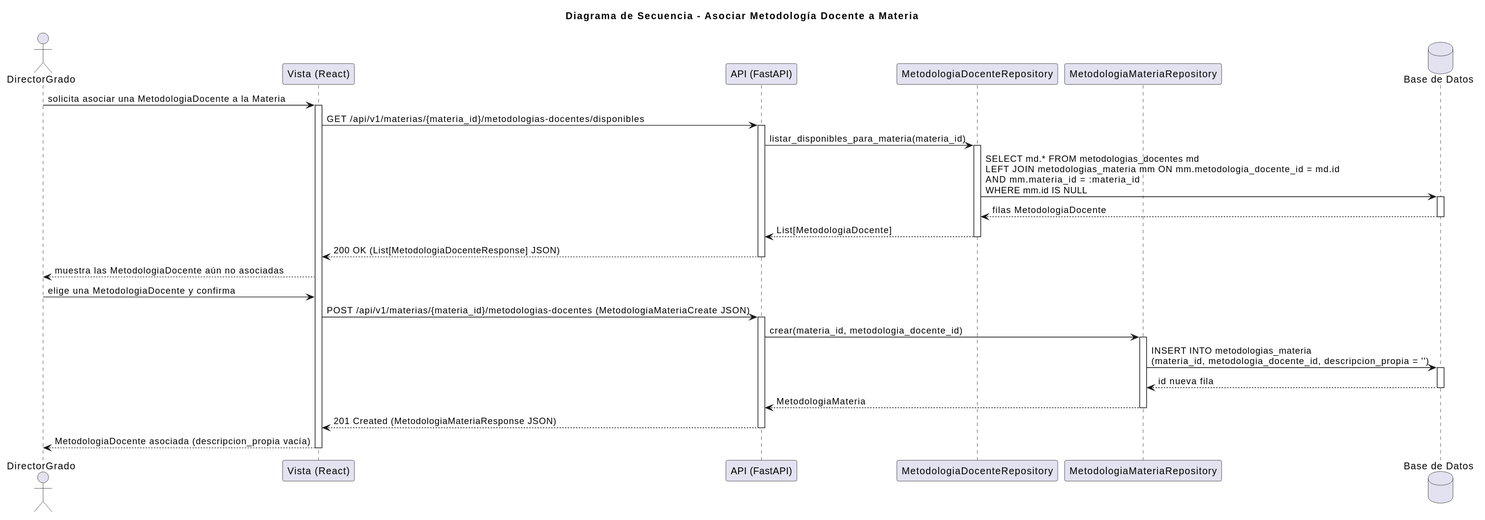
Above: images/RUP/03-diseño/casos-uso/asociarMetodologiaDocenteAMateria/secuencia.svg in mmasias/pyCeldaPublico (PlantUML), before the change. The source it was exported from:
```plantuml
@startuml
title Diagrama de Secuencia - Asociar Metodología Docente a Materia

actor "DirectorGrado" as DirectorGrado
participant "Vista (React)" as Vista
participant "API (FastAPI)" as API
participant "MetodologiaDocenteRepository" as MetodologiaRepo
participant "MetodologiaMateriaRepository" as MetodologiaMateriaRepo
database "Base de Datos" as DB

DirectorGrado -> Vista: solicita asociar una MetodologiaDocente a la Materia
activate Vista
Vista -> API: GET /api/v1/materias/{materia_id}/metodologias-docentes/disponibles
activate API
API -> MetodologiaRepo: listar_disponibles_para_materia(materia_id)
activate MetodologiaRepo
MetodologiaRepo -> DB: SELECT md.* FROM metodologias_docentes md\nLEFT JOIN metodologias_materia mm ON mm.metodologia_docente_id = md.id\nAND mm.materia_id = :materia_id\nWHERE mm.id IS NULL
activate DB
DB --> MetodologiaRepo: filas MetodologiaDocente
deactivate DB
MetodologiaRepo --> API: List[MetodologiaDocente]
deactivate MetodologiaRepo
API --> Vista: 200 OK (List[MetodologiaDocenteResponse] JSON)
deactivate API
Vista --> DirectorGrado: muestra las MetodologiaDocente aún no asociadas

DirectorGrado -> Vista: elige una MetodologiaDocente y confirma
Vista -> API: POST /api/v1/materias/{materia_id}/metodologias-docentes (MetodologiaMateriaCreate JSON)
activate API
API -> MetodologiaMateriaRepo: crear(materia_id, metodologia_docente_id)
activate MetodologiaMateriaRepo
MetodologiaMateriaRepo -> DB: INSERT INTO metodologias_materia\n(materia_id, metodologia_docente_id, descripcion_propia = '')
activate DB
DB --> MetodologiaMateriaRepo: id nueva fila
deactivate DB
MetodologiaMateriaRepo --> API: MetodologiaMateria
deactivate MetodologiaMateriaRepo
API --> Vista: 201 Created (MetodologiaMateriaResponse JSON)
deactivate API
Vista --> DirectorGrado: MetodologiaDocente asociada (descripcion_propia vacía)
deactivate Vista
@enduml
```
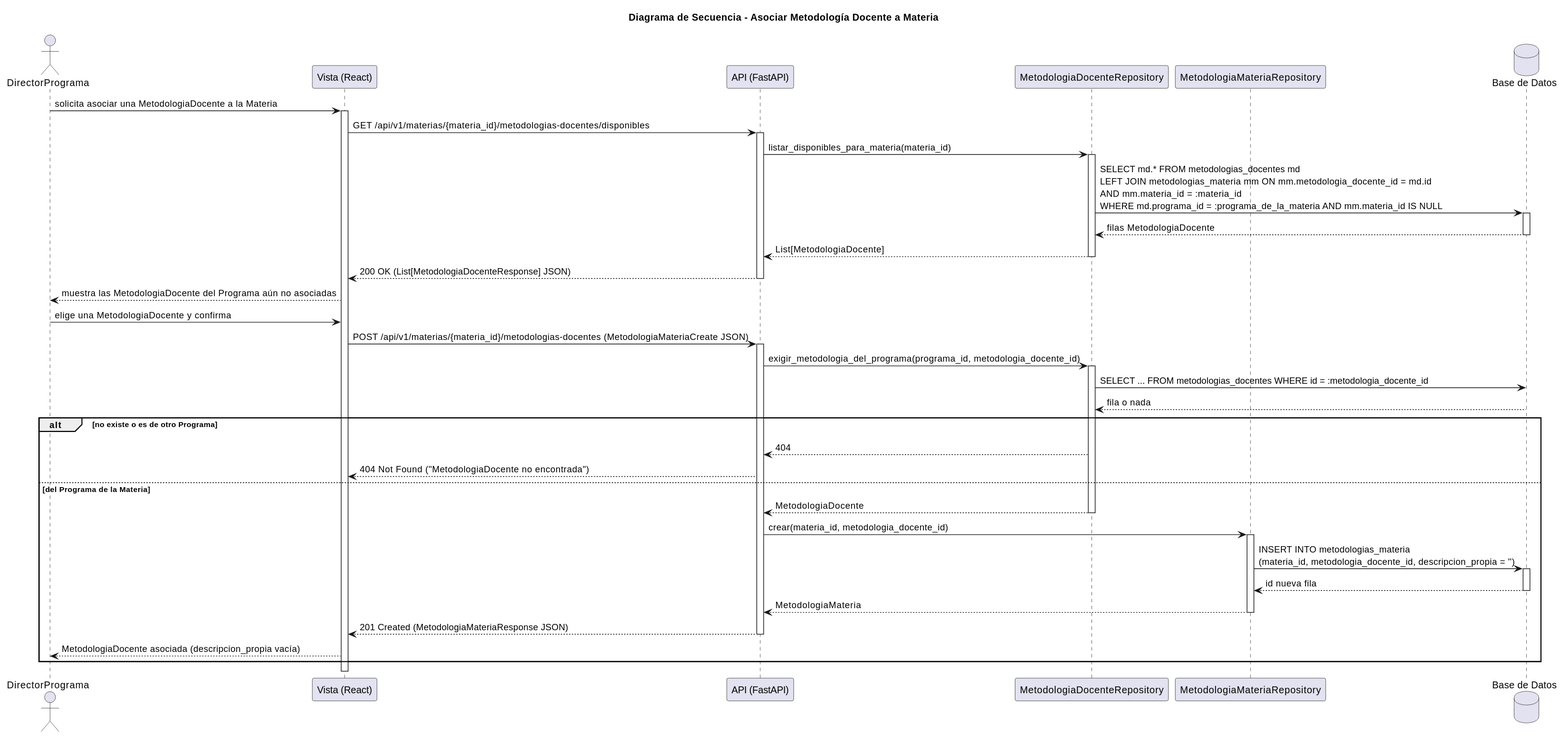
The same diagram one commit later.

The edit, as a diff of the source:
```diff
@@ -1,20 +1,20 @@
 @startuml
 title Diagrama de Secuencia - Asociar Metodología Docente a Materia
 
-actor "DirectorGrado" as DirectorGrado
+actor "DirectorPrograma" as DirectorPrograma
 participant "Vista (React)" as Vista
 participant "API (FastAPI)" as API
 participant "MetodologiaDocenteRepository" as MetodologiaRepo
 participant "MetodologiaMateriaRepository" as MetodologiaMateriaRepo
 database "Base de Datos" as DB
 
-DirectorGrado -> Vista: solicita asociar una MetodologiaDocente a la Materia
+DirectorPrograma -> Vista: solicita asociar una MetodologiaDocente a la Materia
 activate Vista
 Vista -> API: GET /api/v1/materias/{materia_id}/metodologias-docentes/disponibles
 activate API
 API -> MetodologiaRepo: listar_disponibles_para_materia(materia_id)
 activate MetodologiaRepo
-MetodologiaRepo -> DB: SELECT md.* FROM metodologias_docentes md\nLEFT JOIN metodologias_materia mm ON mm.metodologia_docente_id = md.id\nAND mm.materia_id = :materia_id\nWHERE mm.id IS NULL
+MetodologiaRepo -> DB: SELECT md.* FROM metodologias_docentes md\nLEFT JOIN metodologias_materia mm ON mm.metodologia_docente_id = md.id\nAND mm.materia_id = :materia_id\nWHERE md.programa_id = :programa_de_la_materia AND mm.materia_id IS NULL
 activate DB
 DB --> MetodologiaRepo: filas MetodologiaDocente
 deactivate DB
@@ -22,11 +22,21 @@
 deactivate MetodologiaRepo
 API --> Vista: 200 OK (List[MetodologiaDocenteResponse] JSON)
 deactivate API
-Vista --> DirectorGrado: muestra las MetodologiaDocente aún no asociadas
+Vista --> DirectorPrograma: muestra las MetodologiaDocente del Programa aún no asociadas
 
-DirectorGrado -> Vista: elige una MetodologiaDocente y confirma
+DirectorPrograma -> Vista: elige una MetodologiaDocente y confirma
 Vista -> API: POST /api/v1/materias/{materia_id}/metodologias-docentes (MetodologiaMateriaCreate JSON)
 activate API
+API -> MetodologiaRepo: exigir_metodologia_del_programa(programa_id, metodologia_docente_id)
+activate MetodologiaRepo
+MetodologiaRepo -> DB: SELECT ... FROM metodologias_docentes WHERE id = :metodologia_docente_id
+DB --> MetodologiaRepo: fila o nada
+alt no existe o es de otro Programa
+  MetodologiaRepo --> API: 404
+  API --> Vista: 404 Not Found ("MetodologiaDocente no encontrada")
+else del Programa de la Materia
+MetodologiaRepo --> API: MetodologiaDocente
+deactivate MetodologiaRepo
 API -> MetodologiaMateriaRepo: crear(materia_id, metodologia_docente_id)
 activate MetodologiaMateriaRepo
 MetodologiaMateriaRepo -> DB: INSERT INTO metodologias_materia\n(materia_id, metodologia_docente_id, descripcion_propia = '')
@@ -37,6 +47,7 @@
 deactivate MetodologiaMateriaRepo
 API --> Vista: 201 Created (MetodologiaMateriaResponse JSON)
 deactivate API
-Vista --> DirectorGrado: MetodologiaDocente asociada (descripcion_propia vacía)
+Vista --> DirectorPrograma: MetodologiaDocente asociada (descripcion_propia vacía)
+end
 deactivate Vista
 @enduml
```
